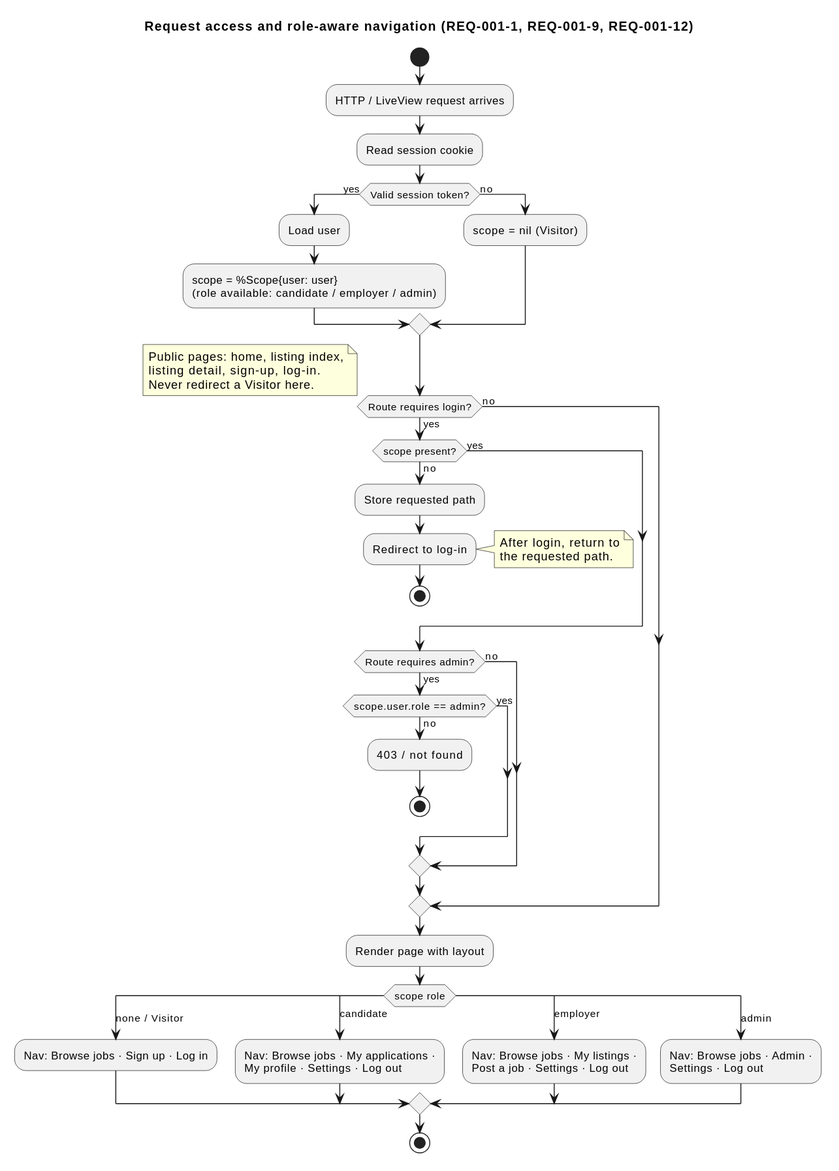
Earlier version of the PlantUML export docs/specs/001-accounts-authentication/diagrams/activity-request-access.svg (raseniero/jairojobs-elixir).
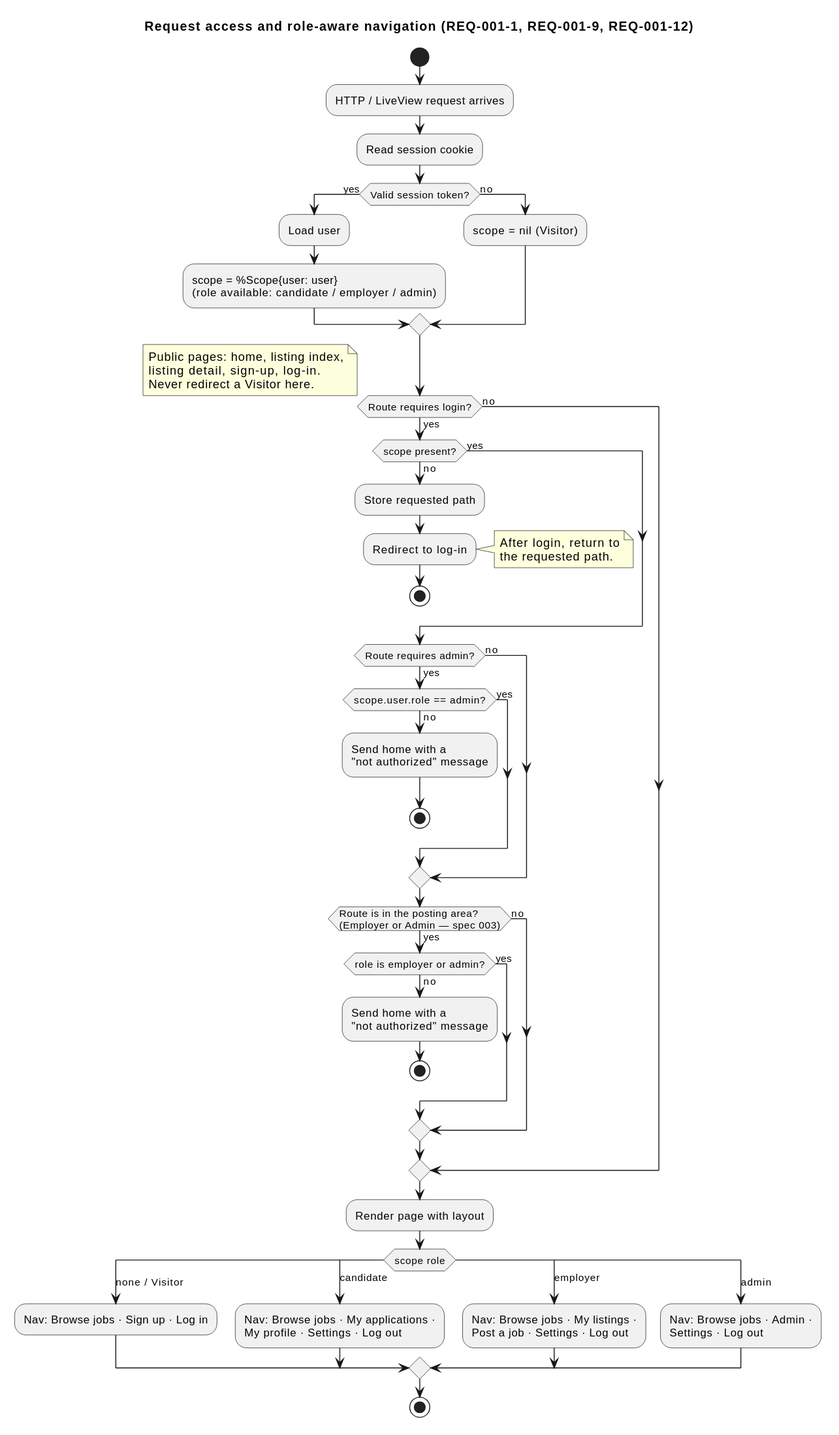
After the commit.

The edit, as a diff of the source:
```diff
@@ -24,7 +24,17 @@
   endif
   if (Route requires admin?) then (yes)
     if (scope.user.role == admin?) then (no)
-      :403 / not found;
+      :Send home with a
+      "not authorized" message;
+      stop
+    else (yes)
+    endif
+  else (no)
+  endif
+  if (Route is in the posting area?\n(Employer or Admin — spec 003)) then (yes)
+    if (role is employer or admin?) then (no)
+      :Send home with a
+      "not authorized" message;
       stop
     else (yes)
     endif
```
